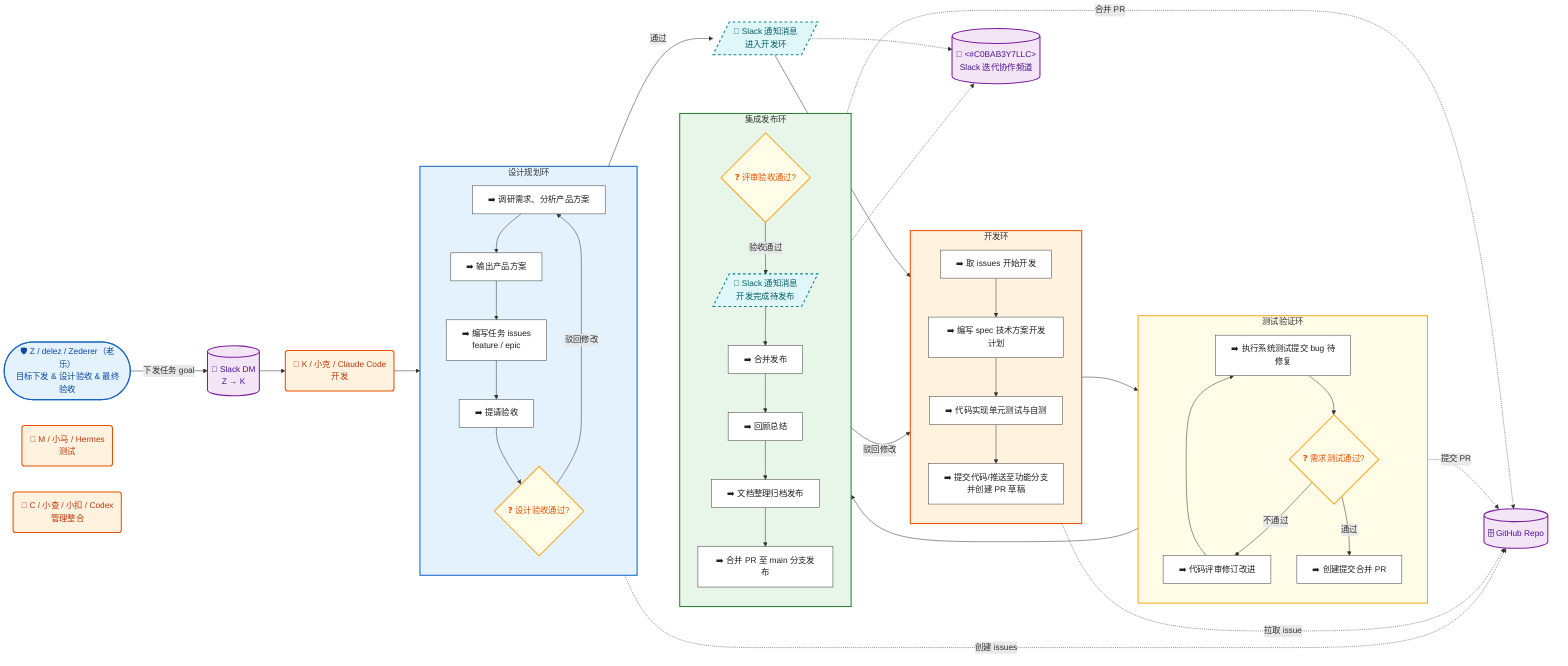
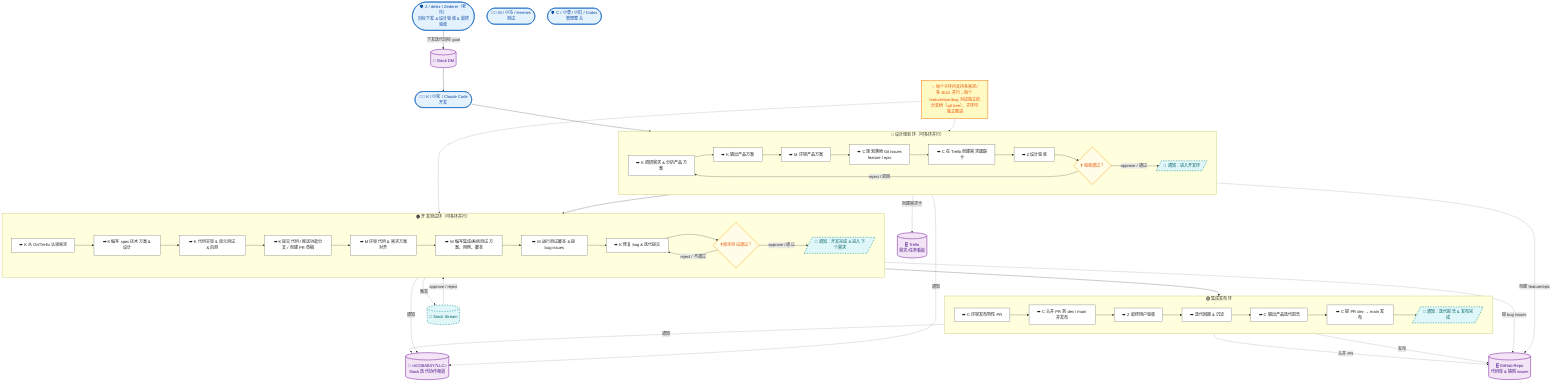
- flowchart LR
+ ﻿flowchart TB
    %% === 样式定义区 ===
    classDef actor     fill:#e3f2fd,stroke:#1565c0,stroke-width:2px,color:#0d47a1
    classDef system    fill:#fff3e0,stroke:#e65100,stroke-width:2px,color:#bf360c
    classDef database  fill:#f3e5f5,stroke:#7b1fa2,stroke-width:2px,color:#4a148c
    classDef external  fill:#fce4ec,stroke:#c62828,stroke-width:2px,color:#b71c1c,stroke-dasharray:5 5
    classDef decision  fill:#fffde7,stroke:#f9a825,stroke-width:2px,color:#e65100
    classDef process   fill:#ffffff,stroke:#424242,stroke-width:1px,color:#212121
    classDef terminal  fill:#e8f5e9,stroke:#2e7d32,stroke-width:2px,color:#1b5e20
    classDef error     fill:#ffebee,stroke:#c62828,stroke-width:2px,color:#b71c1c
    classDef async     fill:#e0f7fa,stroke:#00838f,stroke-width:2px,color:#006064,stroke-dasharray:5 5
    classDef highlight fill:#fff9c4,stroke:#f57f17,stroke-width:3px,color:#e65100

-     %% === 阶段背景色 ===
-     style 设计规划环 fill:#e3f2fd,stroke:#1565c0,stroke-width:2px
-     style 开发环 fill:#fff3e0,stroke:#e65100,stroke-width:2px
-     style 测试验证环 fill:#fffde7,stroke:#f9a825,stroke-width:2px
-     style 集成发布环 fill:#e8f5e9,stroke:#2e7d32,stroke-width:2px
+     %% ============================================================
+     %% Actor：4 人
+     %% ============================================================
+     Z(["🛡️ Z / delez / Zederer（老乐）<br>目标下发 & 设计验收 & 最终验收"]):::actor
+     K(["👨‍💻 K / 小克 / Claude Code<br>开发"]):::actor
+     M(["👨‍💻 M / 小马 / Hermes<br>测试"]):::actor
+     C(["🛡️ C / 小查 / 小扣 / Codex<br>管理整合"]):::actor

-     Z(["🛡️ Z / delez / Zederer（老乐）<br>目标下发 & 设计验收 & 最终验收"]):::actor
-     K("🤖 K / 小克 / Claude Code<br>开发"):::system
-     M("🤖 M / 小马 / Hermes<br>测试"):::system
-     C("🤖 C / 小查 / 小扣 / Codex<br>管理整合"):::system
+     %% ============================================================
+     %% 库 / 系统
+     %% ============================================================
+     DM[("💬 Slack DM")]:::database
    S[("📢 <#C0BAB3Y7LLC><br>Slack 迭代协作频道")]:::database
-     DM[("💬 Slack DM<br>Z → K")]:::database
-     Git[("🗄️ GitHub Repo")]:::database
+     Stream[("📨 Slack Stream")]:::async
+     Trello[("🗄️ Trello<br>需求/任务看板")]:::database
+     Git[("🗄️ GitHub Repo<br>代码库 & 缺陷 issues")]:::database

-     Z -->|下发任务 goal| DM
+     %% ============================================================
+     %% 主流程：串行三阶段
+     %% ============================================================
+     Z -->|"下发迭代目标 goal"| DM
    DM --> K

-     subgraph 设计规划环
-         direction TB
-         D1["➡️ 调研需求、分析产品方案"]:::process --> D2["➡️ 输出产品方案"]:::process
-         D2 --> D3["➡️ 编写任务 issues<br>feature / epic"]:::process
-         D3 --> D4["➡️ 提请验收"]:::process
-         D4 --> D5{"❓ 设计验收通过?"}:::decision
-         D5 -->|驳回修改| D1
+     subgraph 设计规划环["🔵 设计规划环（可多环并行）"]
+         direction LR
+         D1["➡️ K 调研需求 & 分析产品方案"]:::process
+         D2["➡️ K 输出产品方案"]:::process
+         D3["➡️ M 评审产品方案"]:::process
+         D4["➡️ C 规划落地 Git issues<br/>feature / epic"]:::process
+         D5["➡️ C 在 Trello 创建需求跟踪卡"]:::process
+         D6["➡️ Z 设计验收"]:::process
+         D7{"❓ 验收通过？"}:::decision
+         D8[/"📣 通知：进入开发环"/]:::async
+ 
+         D1 --> D2 --> D3 --> D4 --> D5 --> D6 --> D7
+         D7 -->|"reject / 驳回"| D1
+         D7 -->|"approve / 通过"| D8
    end

    K --> D1
-     D5 -->|通过| N1[/📣 Slack 通知消息<br>进入开发环/]:::async
-     N1 -.-> S
+     D8 -.->|"通知"| S
+     D5 -.->|"创建需求卡"| Trello
+     D4 -.->|"创建 feature/epic"| Git

-     subgraph 开发环
-         direction TB
-         P1["➡️ 取 issues 开始开发"]:::process --> P2["➡️ 编写 spec 技术方案开发计划"]:::process
-         P2 --> P3["➡️ 代码实现单元测试与自测"]:::process
-         P3 --> P4["➡️ 提交代码/推送至功能分支并创建 PR 草稿"]:::process
+     subgraph 开发环["🟠 开发测试环（可多环并行）"]
+         direction LR
+         P1["➡️ K 从 Git/Trello 认领需求"]:::process
+         P2["➡️ K 编写 spec 技术方案 & 设计"]:::process
+         P3["➡️ K 代码实现 & 单元测试 & 自测"]:::process
+         P4["➡️ K 提交代码 / 推送功能分支 / 创建 PR 草稿"]:::process
+         P5["➡️ M 评审代码 & 需求方案对齐"]:::process
+         P6["➡️ M 编写集成/系统测试方案、用例、脚本"]:::process
+         P7["➡️ M 运行测试脚本 & 提 bug issues"]:::process
+         P8["➡️ K 修复 bug & 迭代提交"]:::process
+         P9{"❓ 需求测试通过？"}:::decision
+         P10[/"📣 通知：开发完成 & 进入下个需求"/]:::async
+ 
+         P1 --> P2 --> P3 --> P4 --> P5 --> P6 --> P7 --> P8 --> P9
+         P9 -->|"reject / 不通过"| P8
+         P9 -->|"approve / 通过"| P10
    end

-     N1 --> P1
-     P4 --> P5
+     D8 --> P1
+     P10 -.->|"通知"| S
+     P7 -.->|"提 bug issues"| Git
+     P10 -.->|"触发"| Stream

-     subgraph 测试验证环
-         direction TB
-         P5["➡️ 执行系统测试提交 bug 待修复"]:::process --> P6{"❓ 需求测试通过?"}:::decision
-         P6 -->|不通过| P7["➡️ 代码评审修订改进"]:::process
-         P7 --> P5
-         P6 -->|通过| P8["➡️ 创建提交合并 PR"]:::process
+     subgraph 集成发布环["🟢 集成发布环"]
+         direction LR
+         R1["➡️ C 评审发布特性 PR"]:::process
+         R2["➡️ C 合并 PR 到 dev / main 并发布"]:::process
+         R3["➡️ Z 最终用户验收"]:::process
+         R4["➡️ 迭代回顾 & 沉淀"]:::process
+         R5["➡️ C 输出产品迭代报告"]:::process
+         R6["➡️ C 提 PR dev → main 发布"]:::process
+         R7[/"📣 通知：迭代报告 & 发布完成"/]:::async
+ 
+         R1 --> R2 --> R3 --> R4 --> R5 --> R6 --> R7
    end

-     P8 --> P9
+     P10 --> R1
+     R7 -.->|"通知"| S
+     R6 -.->|"合并 PR"| Git
+     R2 -.->|"发布"| Git
+     Stream -.->|"approve / reject"| P9

-     subgraph 集成发布环
-         direction TB
-         P9{"❓ 评审验收通过?"}:::decision -->|驳回修改| P1
-         P9 -->|验收通过| N2[/📣 Slack 通知消息<br>开发完成待发布/]:::async
-         N2 --> R1["➡️ 合并发布"]:::process
-         R1 --> R2["➡️ 回顾总结"]:::process
-         R2 --> R3["➡️ 文档整理归档发布"]:::process
-         R3 --> R4["➡️ 合并 PR 至 main 分支发布"]:::process
-     end
- 
-     N2 -.-> S
- 
-     D3 -.->|创建 issues| Git
-     P1 -.->|拉取 issue| Git
-     P8 -.->|提交 PR| Git
-     R4 -.->|合并 PR| Git
+     %% ============================================================
+     %% 图注
+     %% ============================================================
+     Note["💡 每个子环内支持多需求/多 BUG 并行；每个 feature/epic/bug 对应独立的分支树（git tree），子环可独立推进"]
+     style Note fill:#fff9c4,stroke:#f57f17,stroke-width:2px,color:#e65100
+     Note -.-> 设计规划环
+     Note -.-> 开发环